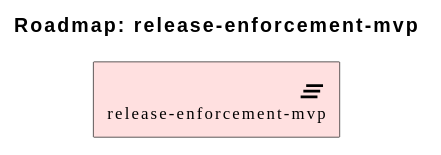
Earlier version of the PlantUML export architecture/model/diagrams/migration/plat-release-enforcement-mvp-9.svg (wolffy-au/frictionless-architect). Its diagram source:
```plantuml
@startuml
!include <archimate/Archimate>

title Roadmap: release-enforcement-mvp

Implementation_Plateau(e_idd283bf08a9795b, "release-enforcement-mvp")
@enduml
```
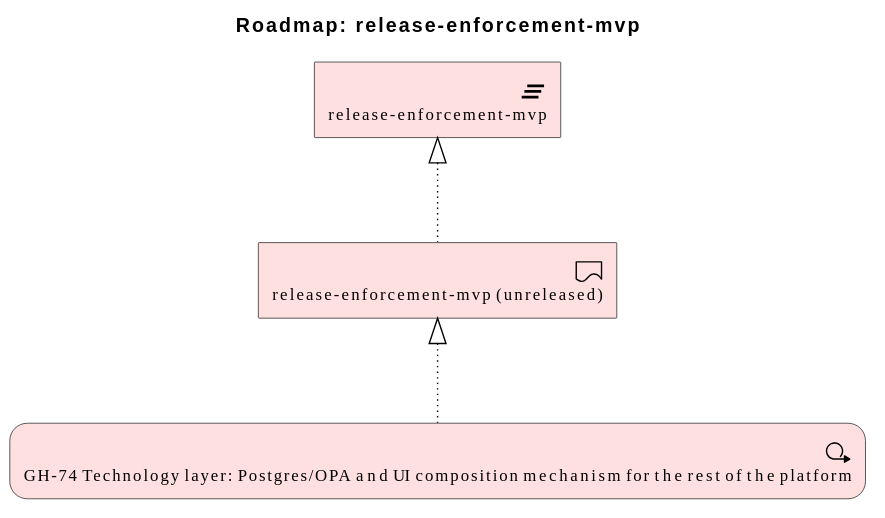
After the change.

Diff of the diagram source:
```diff
@@ -3,5 +3,10 @@
 
 title Roadmap: release-enforcement-mvp
 
+Implementation_Deliverable(e_idde43819bbb1952, "release-enforcement-mvp (unreleased)")
 Implementation_Plateau(e_idd283bf08a9795b, "release-enforcement-mvp")
+Implementation_WorkPackage(e_idf0376def52fa5a, "GH-74 Technology layer: Postgres/OPA and UI composition mechanism for the rest of the platform")
+
+Rel_Realization_Up(e_idde43819bbb1952, e_idd283bf08a9795b, "")
+Rel_Realization_Up(e_idf0376def52fa5a, e_idde43819bbb1952, "")
 @enduml
```
